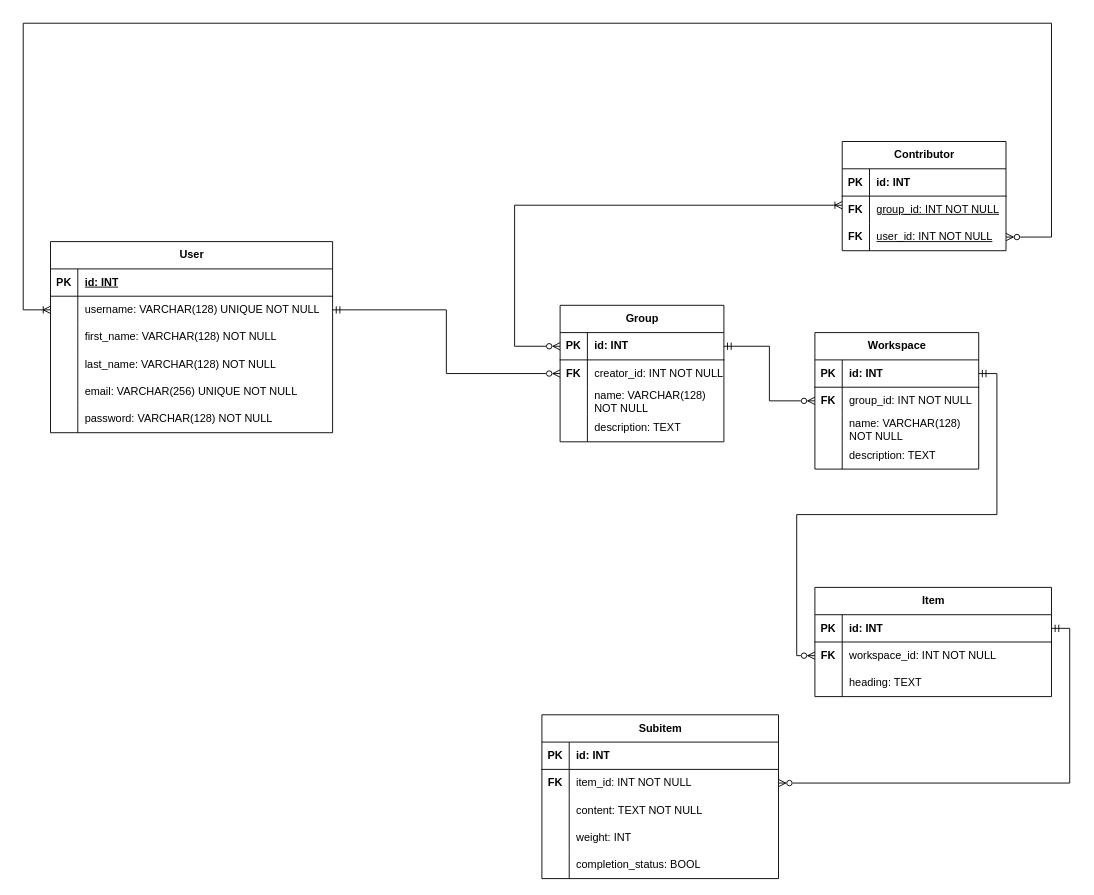
Above: ERD.drawio in ufwjerryvu/PROJECT_Kronathens (draw.io), before the change. Source tidied: cells renumbered, new cells numbered last; positions are measured from the earlier drawing's top-left corner, leaving out a move shared by most shapes. Both pictures are drawn from the tidied source at 91%, with x=0, y=0 at pixel (23, 23).
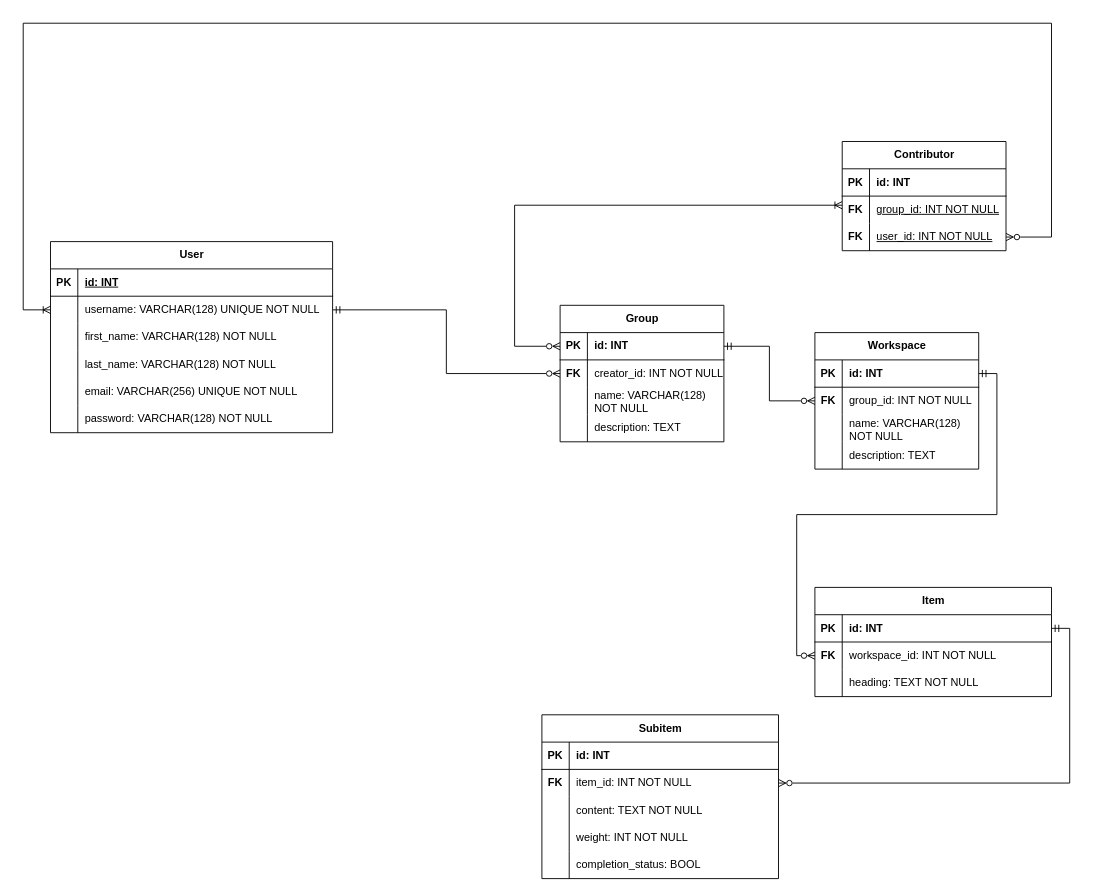
Above is the later version.

Commit message:
design: add more non-null constraints

Unchanged cells that the change refers to:
```xml
<mxCell id="65" style="shape=tableRow;horizontal=0;startSize=0;swimlaneHead=0;swimlaneBody=0;fillColor=none;top=0;left=0;right=0;bottom=0;" parent="58" vertex="1">
  <mxGeometry y="90" width="260" height="30" as="geometry" />
</mxCell>
<mxCell id="78" style="shape=tableRow;horizontal=0;startSize=0;swimlaneHead=0;swimlaneBody=0;fillColor=none;top=0;left=0;right=0;bottom=0;" parent="68" vertex="1">
  <mxGeometry y="120" width="260" height="30" as="geometry" />
</mxCell>
```

The edit, as a diff of the source:
```diff
@@
-    <mxCell id="67" value="heading: TEXT" style="shape=partialRectangle;fillColor=none;top=0;left=0;bottom=0;right=0;align=left;spacingLeft=6;overflow=hidden;whiteSpace=wrap;html=1;fontStyle=0;" parent="65" vertex="1">
+    <mxCell id="67" value="heading: TEXT NOT NULL" style="shape=partialRectangle;fillColor=none;top=0;left=0;bottom=0;right=0;align=left;spacingLeft=6;overflow=hidden;whiteSpace=wrap;html=1;fontStyle=0;" parent="65" vertex="1">
       <mxGeometry x="30" width="230" height="30" as="geometry" />
     </mxCell>
@@
-    <mxCell id="80" value="weight: INT" style="shape=partialRectangle;fillColor=none;top=0;left=0;bottom=0;right=0;align=left;spacingLeft=6;overflow=hidden;whiteSpace=wrap;html=1;fontStyle=0;" parent="78" vertex="1">
+    <mxCell id="80" value="weight: INT NOT NULL" style="shape=partialRectangle;fillColor=none;top=0;left=0;bottom=0;right=0;align=left;spacingLeft=6;overflow=hidden;whiteSpace=wrap;html=1;fontStyle=0;" parent="78" vertex="1">
       <mxGeometry x="30" width="230" height="30" as="geometry" />
     </mxCell>
```
